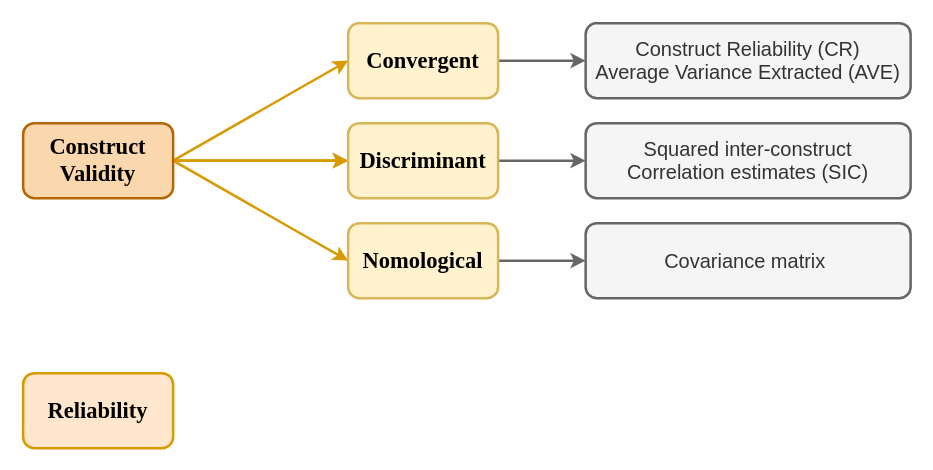
The draw.io diagram psychometric theory.drawio in qipengchen/draw_io, before the edit. Source tidied: cells renumbered, new cells numbered last; positions are measured from the earlier drawing's top-left corner, leaving out a move shared by most shapes. Both pictures are drawn from the tidied source at 125%, with x=0, y=0 at pixel (22, 22).
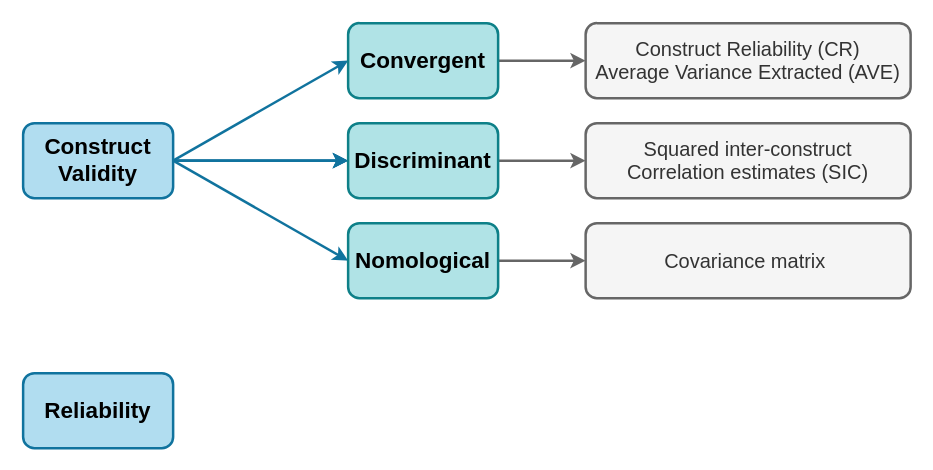
The same diagram, later.

Diff of the diagram source:
```diff
@@
 <mxGraphModel>
   <root>
     <mxCell id="0" />
     <mxCell id="1" parent="0" />
-    <mxCell id="2" style="rounded=0;jettySize=auto;html=1;exitX=1;exitY=0.5;exitDx=0;exitDy=0;entryX=0;entryY=0.5;entryDx=0;entryDy=0;fontFamily=Times New Roman;fontStyle=1;fontSize=18;fillColor=#ffe6cc;strokeColor=#d79b00;strokeWidth=2;" parent="1" edge="1" source="7" target="9">
+    <mxCell id="2" style="rounded=0;jettySize=auto;html=1;exitX=1;exitY=0.5;exitDx=0;exitDy=0;entryX=0;entryY=0.5;entryDx=0;entryDy=0;fontFamily=Helvetica;fontStyle=1;fontSize=18;fillColor=#b1ddf0;strokeColor=#10739e;strokeWidth=2;" parent="1" edge="1" source="7" target="9">
       <mxGeometry relative="1" as="geometry" />
     </mxCell>
-    <mxCell id="3" style="edgeStyle=orthogonalEdgeStyle;rounded=0;jettySize=auto;html=1;fontFamily=Times New Roman;fontStyle=1;fontSize=18;fillColor=#ffe6cc;strokeColor=#d79b00;strokeWidth=2;" parent="1" edge="1" source="7" target="11">
+    <mxCell id="3" style="edgeStyle=orthogonalEdgeStyle;rounded=0;jettySize=auto;html=1;fontFamily=Helvetica;fontStyle=1;fontSize=18;fillColor=#b1ddf0;strokeColor=#10739e;strokeWidth=2;" parent="1" edge="1" source="7" target="11">
       <mxGeometry relative="1" as="geometry" />
     </mxCell>
-    <mxCell id="4" style="edgeStyle=orthogonalEdgeStyle;rounded=0;jettySize=auto;html=1;fontFamily=Times New Roman;fontStyle=1;fontSize=18;fillColor=#ffe6cc;strokeColor=#d79b00;strokeWidth=2;" parent="1" edge="1" source="7" target="11">
+    <mxCell id="4" style="edgeStyle=orthogonalEdgeStyle;rounded=0;jettySize=auto;html=1;fontFamily=Helvetica;fontStyle=1;fontSize=18;fillColor=#b1ddf0;strokeColor=#10739e;strokeWidth=2;" parent="1" edge="1" source="7" target="11">
       <mxGeometry relative="1" as="geometry" />
     </mxCell>
-    <mxCell id="5" style="edgeStyle=orthogonalEdgeStyle;rounded=0;jettySize=auto;html=1;fontFamily=Times New Roman;fontStyle=1;fontSize=18;fillColor=#ffe6cc;strokeColor=#d79b00;strokeWidth=2;" parent="1" edge="1" source="7" target="11">
+    <mxCell id="5" style="edgeStyle=orthogonalEdgeStyle;rounded=0;jettySize=auto;html=1;fontFamily=Helvetica;fontStyle=1;fontSize=18;fillColor=#b1ddf0;strokeColor=#10739e;strokeWidth=2;" parent="1" edge="1" source="7" target="11">
       <mxGeometry relative="1" as="geometry" />
     </mxCell>
-    <mxCell id="6" style="rounded=0;jettySize=auto;html=1;exitX=1;exitY=0.5;exitDx=0;exitDy=0;entryX=0;entryY=0.5;entryDx=0;entryDy=0;fontFamily=Times New Roman;fontStyle=1;fontSize=18;fillColor=#ffe6cc;strokeColor=#d79b00;strokeWidth=2;" parent="1" edge="1" source="7" target="13">
+    <mxCell id="6" style="rounded=0;jettySize=auto;html=1;exitX=1;exitY=0.5;exitDx=0;exitDy=0;entryX=0;entryY=0.5;entryDx=0;entryDy=0;fontFamily=Helvetica;fontStyle=1;fontSize=18;fillColor=#b1ddf0;strokeColor=#10739e;strokeWidth=2;" parent="1" edge="1" source="7" target="13">
       <mxGeometry relative="1" as="geometry" />
     </mxCell>
-    <mxCell id="7" value="Construct&lt;br style=&quot;font-size: 18px;&quot;&gt;Validity" style="rounded=1;whiteSpace=wrap;html=1;fontFamily=Times New Roman;fontStyle=1;fontSize=18;fillColor=#fad7ac;strokeColor=#b46504;strokeWidth=2;" parent="1" vertex="1">
+    <mxCell id="7" value="Construct&lt;br style=&quot;font-size: 18px;&quot;&gt;Validity" style="rounded=1;whiteSpace=wrap;html=1;fontFamily=Helvetica;fontStyle=1;fontSize=18;fillColor=#b1ddf0;strokeColor=#10739e;strokeWidth=2;" parent="1" vertex="1">
       <mxGeometry y="80" width="120" height="60" as="geometry" />
     </mxCell>
-    <mxCell id="8" style="edgeStyle=orthogonalEdgeStyle;rounded=0;jettySize=auto;html=1;fillColor=#f5f5f5;strokeColor=#666666;strokeWidth=2;" parent="1" edge="1" source="9" target="15">
+    <mxCell id="8" style="edgeStyle=orthogonalEdgeStyle;rounded=0;jettySize=auto;html=1;fillColor=#f5f5f5;strokeColor=#666666;strokeWidth=2;fontFamily=Helvetica;" parent="1" edge="1" source="9" target="15">
       <mxGeometry relative="1" as="geometry" />
     </mxCell>
-    <mxCell id="9" value="Convergent" style="whiteSpace=wrap;html=1;rounded=1;fontFamily=Times New Roman;fontStyle=1;fontSize=18;fillColor=#fff2cc;strokeColor=#d6b656;strokeWidth=2;" parent="1" vertex="1">
+    <mxCell id="9" value="Convergent" style="whiteSpace=wrap;html=1;rounded=1;fontFamily=Helvetica;fontStyle=1;fontSize=18;fillColor=#b0e3e6;strokeColor=#0e8088;strokeWidth=2;" parent="1" vertex="1">
       <mxGeometry x="260" width="120" height="60" as="geometry" />
     </mxCell>
-    <mxCell id="10" style="edgeStyle=orthogonalEdgeStyle;rounded=0;jettySize=auto;html=1;fillColor=#f5f5f5;strokeColor=#666666;strokeWidth=2;" parent="1" edge="1" source="11" target="16">
+    <mxCell id="10" style="edgeStyle=orthogonalEdgeStyle;rounded=0;jettySize=auto;html=1;fillColor=#f5f5f5;strokeColor=#666666;strokeWidth=2;fontFamily=Helvetica;" parent="1" edge="1" source="11" target="16">
       <mxGeometry relative="1" as="geometry" />
     </mxCell>
-    <mxCell id="11" value="&lt;p style=&quot;margin: 0px; font-variant-numeric: normal; font-variant-east-asian: normal; font-variant-alternates: normal; font-size-adjust: none; font-kerning: auto; font-optical-sizing: auto; font-feature-settings: normal; font-variation-settings: normal; font-variant-position: normal; font-stretch: normal; font-size: 18px; line-height: normal; text-align: start;&quot; class=&quot;p1&quot;&gt;&lt;span style=&quot;font-size: 18px;&quot;&gt;Discriminant&lt;/span&gt;&lt;/p&gt;" style="whiteSpace=wrap;html=1;rounded=1;fontFamily=Times New Roman;fontStyle=1;fontSize=18;fillColor=#fff2cc;strokeColor=#d6b656;strokeWidth=2;" parent="1" vertex="1">
+    <mxCell id="11" value="&lt;p style=&quot;margin: 0px; font-variant-numeric: normal; font-variant-east-asian: normal; font-variant-alternates: normal; font-size-adjust: none; font-kerning: auto; font-optical-sizing: auto; font-feature-settings: normal; font-variation-settings: normal; font-variant-position: normal; font-stretch: normal; font-size: 18px; line-height: normal; text-align: start;&quot; class=&quot;p1&quot;&gt;&lt;span style=&quot;font-size: 18px;&quot;&gt;Discriminant&lt;/span&gt;&lt;/p&gt;" style="whiteSpace=wrap;html=1;rounded=1;fontFamily=Helvetica;fontStyle=1;fontSize=18;fillColor=#b0e3e6;strokeColor=#0e8088;strokeWidth=2;" parent="1" vertex="1">
       <mxGeometry x="260" y="80" width="120" height="60" as="geometry" />
     </mxCell>
-    <mxCell id="12" style="edgeStyle=orthogonalEdgeStyle;rounded=0;jettySize=auto;html=1;fillColor=#f5f5f5;strokeColor=#666666;strokeWidth=2;" parent="1" edge="1" source="13" target="17">
+    <mxCell id="12" style="edgeStyle=orthogonalEdgeStyle;rounded=0;jettySize=auto;html=1;fillColor=#f5f5f5;strokeColor=#666666;strokeWidth=2;fontFamily=Helvetica;" parent="1" edge="1" source="13" target="17">
       <mxGeometry relative="1" as="geometry" />
     </mxCell>
-    <mxCell id="13" value="&lt;p style=&quot;margin: 0px; font-variant-numeric: normal; font-variant-east-asian: normal; font-variant-alternates: normal; font-size-adjust: none; font-kerning: auto; font-optical-sizing: auto; font-feature-settings: normal; font-variation-settings: normal; font-variant-position: normal; font-stretch: normal; font-size: 18px; line-height: normal; text-align: start;&quot; class=&quot;p1&quot;&gt;&lt;span style=&quot;font-size: 18px;&quot;&gt;Nomological&lt;/span&gt;&lt;/p&gt;" style="whiteSpace=wrap;html=1;rounded=1;fontFamily=Times New Roman;fontStyle=1;fontSize=18;fillColor=#fff2cc;strokeColor=#d6b656;strokeWidth=2;" parent="1" vertex="1">
+    <mxCell id="13" value="&lt;p style=&quot;margin: 0px; font-variant-numeric: normal; font-variant-east-asian: normal; font-variant-alternates: normal; font-size-adjust: none; font-kerning: auto; font-optical-sizing: auto; font-feature-settings: normal; font-variation-settings: normal; font-variant-position: normal; font-stretch: normal; font-size: 18px; line-height: normal; text-align: start;&quot; class=&quot;p1&quot;&gt;&lt;span style=&quot;font-size: 18px;&quot;&gt;Nomological&lt;/span&gt;&lt;/p&gt;" style="whiteSpace=wrap;html=1;rounded=1;fontFamily=Helvetica;fontStyle=1;fontSize=18;fillColor=#b0e3e6;strokeColor=#0e8088;strokeWidth=2;" parent="1" vertex="1">
       <mxGeometry x="260" y="160" width="120" height="60" as="geometry" />
     </mxCell>
-    <mxCell id="14" value="Reliability" style="rounded=1;whiteSpace=wrap;html=1;fontFamily=Times New Roman;fontStyle=1;fontSize=18;fillColor=#ffe6cc;strokeColor=#d79b00;strokeWidth=2;" parent="1" vertex="1">
+    <mxCell id="14" value="Reliability" style="rounded=1;whiteSpace=wrap;html=1;fontFamily=Helvetica;fontStyle=1;fontSize=18;fillColor=#b1ddf0;strokeColor=#10739e;strokeWidth=2;" parent="1" vertex="1">
       <mxGeometry y="280" width="120" height="60" as="geometry" />
     </mxCell>
-    <mxCell id="15" value="&lt;p class=&quot;p1&quot; style=&quot;margin: 0px; font-variant-numeric: normal; font-variant-east-asian: normal; font-variant-alternates: normal; font-size-adjust: none; font-kerning: auto; font-optical-sizing: auto; font-feature-settings: normal; font-variation-settings: normal; font-variant-position: normal; font-stretch: normal; font-size: 16px; line-height: normal; font-family: Helvetica;&quot;&gt;&lt;span style=&quot;font-size: 16px;&quot;&gt;Construct Reliability (CR)&lt;br style=&quot;font-size: 16px;&quot;&gt;&lt;/span&gt;&lt;/p&gt;&lt;p class=&quot;p1&quot; style=&quot;margin: 0px; font-variant-numeric: normal; font-variant-east-asian: normal; font-variant-alternates: normal; font-size-adjust: none; font-kerning: auto; font-optical-sizing: auto; font-feature-settings: normal; font-variation-settings: normal; font-variant-position: normal; font-stretch: normal; font-size: 16px; line-height: normal; font-family: Helvetica;&quot;&gt;&lt;span style=&quot;font-size: 16px;&quot;&gt;Average Variance&amp;nbsp;&lt;/span&gt;&lt;span style=&quot;background-color: initial; font-size: 16px;&quot;&gt;Extracted (AVE)&lt;/span&gt;&lt;/p&gt;" style="whiteSpace=wrap;html=1;fontSize=16;fontFamily=Times New Roman;fillColor=#f5f5f5;strokeColor=#666666;rounded=1;fontStyle=0;strokeWidth=2;align=center;fontColor=#333333;" parent="1" vertex="1">
+    <mxCell id="15" value="&lt;p class=&quot;p1&quot; style=&quot;margin: 0px; font-variant-numeric: normal; font-variant-east-asian: normal; font-variant-alternates: normal; font-size-adjust: none; font-kerning: auto; font-optical-sizing: auto; font-feature-settings: normal; font-variation-settings: normal; font-variant-position: normal; font-stretch: normal; font-size: 16px; line-height: normal;&quot;&gt;&lt;span style=&quot;font-size: 16px;&quot;&gt;Construct Reliability (CR)&lt;br style=&quot;font-size: 16px;&quot;&gt;&lt;/span&gt;&lt;/p&gt;&lt;p class=&quot;p1&quot; style=&quot;margin: 0px; font-variant-numeric: normal; font-variant-east-asian: normal; font-variant-alternates: normal; font-size-adjust: none; font-kerning: auto; font-optical-sizing: auto; font-feature-settings: normal; font-variation-settings: normal; font-variant-position: normal; font-stretch: normal; font-size: 16px; line-height: normal;&quot;&gt;&lt;span style=&quot;font-size: 16px;&quot;&gt;Average Variance&amp;nbsp;&lt;/span&gt;&lt;span style=&quot;background-color: initial; font-size: 16px;&quot;&gt;Extracted (AVE)&lt;/span&gt;&lt;/p&gt;" style="whiteSpace=wrap;html=1;fontSize=16;fontFamily=Helvetica;fillColor=#f5f5f5;strokeColor=#666666;rounded=1;fontStyle=0;strokeWidth=2;align=center;fontColor=#333333;" parent="1" vertex="1">
       <mxGeometry x="450" width="260" height="60" as="geometry" />
     </mxCell>
-    <mxCell id="16" value="&lt;p style=&quot;margin: 0px; font-variant-numeric: normal; font-variant-east-asian: normal; font-variant-alternates: normal; font-size-adjust: none; font-kerning: auto; font-optical-sizing: auto; font-feature-settings: normal; font-variation-settings: normal; font-variant-position: normal; font-weight: 400; font-stretch: normal; font-size: 16px; line-height: normal; font-family: Helvetica;&quot; class=&quot;p1&quot;&gt;&lt;span style=&quot;font-size: 16px;&quot;&gt;Squared inter-construct Correlation&amp;nbsp;&lt;/span&gt;&lt;span style=&quot;background-color: initial; font-size: 16px;&quot;&gt;estimates (SIC)&lt;/span&gt;&lt;/p&gt;" style="whiteSpace=wrap;html=1;fontSize=16;fontFamily=Times New Roman;fillColor=#f5f5f5;strokeColor=#666666;rounded=1;fontStyle=1;strokeWidth=2;align=center;fontColor=#333333;" parent="1" vertex="1">
+    <mxCell id="16" value="&lt;p style=&quot;margin: 0px; font-variant-numeric: normal; font-variant-east-asian: normal; font-variant-alternates: normal; font-size-adjust: none; font-kerning: auto; font-optical-sizing: auto; font-feature-settings: normal; font-variation-settings: normal; font-variant-position: normal; font-weight: 400; font-stretch: normal; font-size: 16px; line-height: normal;&quot; class=&quot;p1&quot;&gt;&lt;span style=&quot;font-size: 16px;&quot;&gt;Squared inter-construct Correlation&amp;nbsp;&lt;/span&gt;&lt;span style=&quot;background-color: initial; font-size: 16px;&quot;&gt;estimates (SIC)&lt;/span&gt;&lt;/p&gt;" style="whiteSpace=wrap;html=1;fontSize=16;fontFamily=Helvetica;fillColor=#f5f5f5;strokeColor=#666666;rounded=1;fontStyle=1;strokeWidth=2;align=center;fontColor=#333333;" parent="1" vertex="1">
       <mxGeometry x="450" y="80" width="260" height="60" as="geometry" />
     </mxCell>
-    <mxCell id="17" value="&lt;p style=&quot;margin: 0px; font-variant-numeric: normal; font-variant-east-asian: normal; font-variant-alternates: normal; font-size-adjust: none; font-kerning: auto; font-optical-sizing: auto; font-feature-settings: normal; font-variation-settings: normal; font-variant-position: normal; font-weight: 400; font-stretch: normal; font-size: 16px; line-height: normal; font-family: Helvetica;&quot; class=&quot;p1&quot;&gt;&lt;span style=&quot;font-size: 16px;&quot;&gt;Covariance matrix&amp;nbsp;&lt;/span&gt;&lt;/p&gt;" style="whiteSpace=wrap;html=1;fontSize=16;fontFamily=Times New Roman;fillColor=#f5f5f5;strokeColor=#666666;rounded=1;fontStyle=1;strokeWidth=2;align=center;fontColor=#333333;" parent="1" vertex="1">
+    <mxCell id="17" value="&lt;p style=&quot;margin: 0px; font-variant-numeric: normal; font-variant-east-asian: normal; font-variant-alternates: normal; font-size-adjust: none; font-kerning: auto; font-optical-sizing: auto; font-feature-settings: normal; font-variation-settings: normal; font-variant-position: normal; font-weight: 400; font-stretch: normal; font-size: 16px; line-height: normal;&quot; class=&quot;p1&quot;&gt;&lt;span style=&quot;font-size: 16px;&quot;&gt;Covariance matrix&amp;nbsp;&lt;/span&gt;&lt;/p&gt;" style="whiteSpace=wrap;html=1;fontSize=16;fontFamily=Helvetica;fillColor=#f5f5f5;strokeColor=#666666;rounded=1;fontStyle=1;strokeWidth=2;align=center;fontColor=#333333;" parent="1" vertex="1">
       <mxGeometry x="450" y="160" width="260" height="60" as="geometry" />
     </mxCell>
   </root>
 </mxGraphModel>
```
